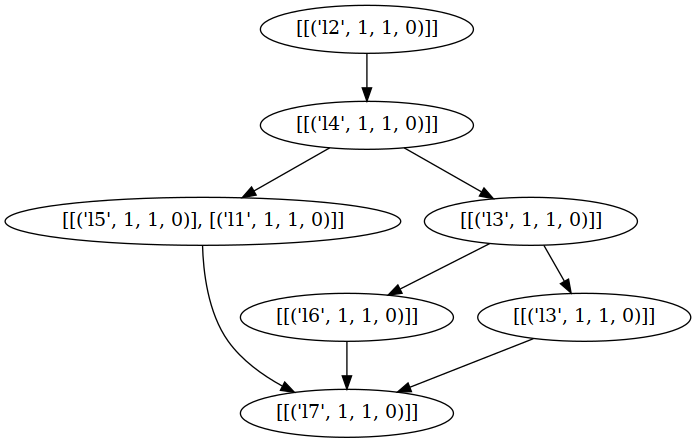
Before: task_network.png, a diagram exported from Graphviz (XushengLuo92/Hierarchical-LTL). Its source is kept beside it as task_network.dot.
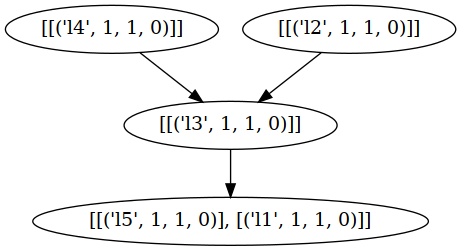
Later version of the same file.

Change to the diagram source:
```diff
@@ -1,18 +1,10 @@
 strict digraph "" {
 	node [label="\N"];
-	"('l0', 3)"	[label="[[('l7', 1, 1, 0)]]"];
-	"('l100', 1)"	[label="[[('l2', 1, 1, 0)]]"];
-	"('l100', 2)"	[label="[[('l4', 1, 1, 0)]]"];
-	"('l100', 1)" -> "('l100', 2)";
-	"('l200', 8)"	[label="[[('l5', 1, 1, 0)], [('l1', 1, 1, 0)]]"];
-	"('l100', 2)" -> "('l200', 8)";
-	"('l200', 3)"	[label="[[('l3', 1, 1, 0)]]"];
-	"('l100', 2)" -> "('l200', 3)";
-	"('l200', 8)" -> "('l0', 3)";
-	"('l200', 5)"	[label="[[('l6', 1, 1, 0)]]"];
-	"('l200', 3)" -> "('l200', 5)";
-	"('l200', 6)"	[label="[[('l3', 1, 1, 0)]]"];
-	"('l200', 3)" -> "('l200', 6)";
-	"('l200', 5)" -> "('l0', 3)";
-	"('l200', 6)" -> "('l0', 3)";
+	"('l100', 1)"	[label="[[('l4', 1, 1, 0)]]"];
+	"('l200', 1)"	[label="[[('l3', 1, 1, 0)]]"];
+	"('l100', 1)" -> "('l200', 1)";
+	"('l100', 2)"	[label="[[('l2', 1, 1, 0)]]"];
+	"('l100', 2)" -> "('l200', 1)";
+	"('l200', 2)"	[label="[[('l5', 1, 1, 0)], [('l1', 1, 1, 0)]]"];
+	"('l200', 1)" -> "('l200', 2)";
 }
```
